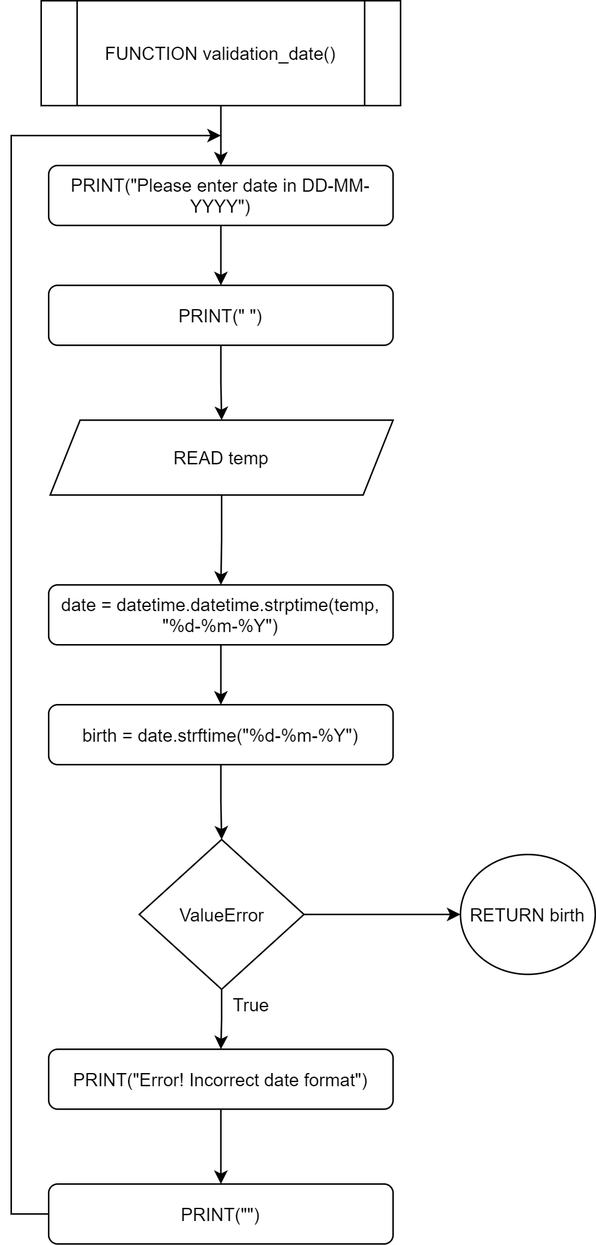
This is Flowchart/default/validation_date.png from RabbitBear00/Car-Rental-System, a draw.io export, as it was before one commit. Source tidied: cells renumbered, new cells last; positions are measured from the earlier drawing's top-left corner, leaving out a move shared by most shapes. The source it was exported from:
```xml
<mxGraphModel>
  <root>
    <mxCell id="0" />
    <mxCell id="1" parent="0" />
    <mxCell id="2" style="edgeStyle=orthogonalEdgeStyle;rounded=0;jettySize=auto;html=1;" parent="1" edge="1" source="3" target="5">
      <mxGeometry relative="1" as="geometry" />
    </mxCell>
    <mxCell id="3" value="FUNCTION validation_date()" style="shape=process;whiteSpace=wrap;html=1;backgroundOutline=1;" parent="1" vertex="1">
      <mxGeometry x="20" width="240" height="70" as="geometry" />
    </mxCell>
    <mxCell id="4" style="edgeStyle=orthogonalEdgeStyle;rounded=0;jettySize=auto;html=1;" parent="1" edge="1" source="5" target="7">
      <mxGeometry relative="1" as="geometry" />
    </mxCell>
    <mxCell id="5" value="PRINT(&quot;Please enter date in DD-MM-YYYY&quot;)" style="rounded=1;whiteSpace=wrap;html=1;" parent="1" vertex="1">
      <mxGeometry x="25" y="110" width="230" height="40" as="geometry" />
    </mxCell>
    <mxCell id="6" style="edgeStyle=orthogonalEdgeStyle;rounded=0;jettySize=auto;html=1;" parent="1" edge="1" source="7" target="9">
      <mxGeometry relative="1" as="geometry" />
    </mxCell>
    <mxCell id="7" value="PRINT(&quot; &quot;)" style="rounded=1;whiteSpace=wrap;html=1;" parent="1" vertex="1">
      <mxGeometry x="25" y="190" width="230" height="40" as="geometry" />
    </mxCell>
    <mxCell id="8" style="edgeStyle=orthogonalEdgeStyle;rounded=0;jettySize=auto;html=1;" parent="1" edge="1" source="9" target="11">
      <mxGeometry relative="1" as="geometry" />
    </mxCell>
    <mxCell id="9" value="READ temp" style="shape=parallelogram;perimeter=parallelogramPerimeter;whiteSpace=wrap;html=1;fixedSize=1;" parent="1" vertex="1">
      <mxGeometry x="26" y="280" width="229" height="50" as="geometry" />
    </mxCell>
    <mxCell id="10" style="edgeStyle=orthogonalEdgeStyle;rounded=0;jettySize=auto;html=1;" parent="1" edge="1" source="11" target="13">
      <mxGeometry relative="1" as="geometry" />
    </mxCell>
    <mxCell id="11" value="date = datetime.datetime.strptime(temp, &quot;%d-%m-%Y&quot;)" style="rounded=1;whiteSpace=wrap;html=1;" parent="1" vertex="1">
      <mxGeometry x="25" y="390" width="230" height="40" as="geometry" />
    </mxCell>
    <mxCell id="12" style="edgeStyle=orthogonalEdgeStyle;rounded=0;jettySize=auto;html=1;" parent="1" edge="1" source="13" target="16">
      <mxGeometry relative="1" as="geometry" />
    </mxCell>
    <mxCell id="13" value="birth = date.strftime(&quot;%d-%m-%Y&quot;)" style="rounded=1;whiteSpace=wrap;html=1;" parent="1" vertex="1">
      <mxGeometry x="25" y="470" width="230" height="40" as="geometry" />
    </mxCell>
    <mxCell id="14" style="edgeStyle=orthogonalEdgeStyle;rounded=0;jettySize=auto;html=1;" parent="1" edge="1" source="16" target="18">
      <mxGeometry relative="1" as="geometry" />
    </mxCell>
    <mxCell id="15" style="edgeStyle=orthogonalEdgeStyle;rounded=0;jettySize=auto;html=1;entryX=0;entryY=0.5;entryDx=0;entryDy=0;" parent="1" edge="1" source="16" target="22">
      <mxGeometry relative="1" as="geometry" />
    </mxCell>
    <mxCell id="16" value="ValueError" style="rhombus;whiteSpace=wrap;html=1;" parent="1" vertex="1">
      <mxGeometry x="85.5" y="560" width="110" height="100" as="geometry" />
    </mxCell>
    <mxCell id="17" style="edgeStyle=orthogonalEdgeStyle;rounded=0;jettySize=auto;html=1;" parent="1" edge="1" source="18" target="20">
      <mxGeometry relative="1" as="geometry" />
    </mxCell>
    <mxCell id="18" value="PRINT(&quot;Error! Incorrect date format&quot;)" style="rounded=1;whiteSpace=wrap;html=1;" parent="1" vertex="1">
      <mxGeometry x="25" y="700" width="230" height="40" as="geometry" />
    </mxCell>
    <mxCell id="19" style="edgeStyle=orthogonalEdgeStyle;rounded=0;jettySize=auto;html=1;" parent="1" edge="1" source="20">
      <mxGeometry relative="1" as="geometry">
        <mxPoint x="140" y="90" as="targetPoint" />
        <Array as="points">
          <mxPoint y="810" />
          <mxPoint y="90" />
          <mxPoint x="140" y="90" />
        </Array>
      </mxGeometry>
    </mxCell>
    <mxCell id="20" value="PRINT(&quot;&quot;)" style="rounded=1;whiteSpace=wrap;html=1;" parent="1" vertex="1">
      <mxGeometry x="25" y="790" width="230" height="40" as="geometry" />
    </mxCell>
    <mxCell id="21" value="True" style="text;html=1;align=center;verticalAlign=middle;strokeColor=none;" parent="1" vertex="1">
      <mxGeometry x="140" y="660" width="40" height="20" as="geometry" />
    </mxCell>
    <mxCell id="22" value="RETURN birth" style="ellipse;whiteSpace=wrap;html=1;" parent="1" vertex="1">
      <mxGeometry x="300" y="570" width="90" height="80" as="geometry" />
    </mxCell>
  </root>
</mxGraphModel>
```
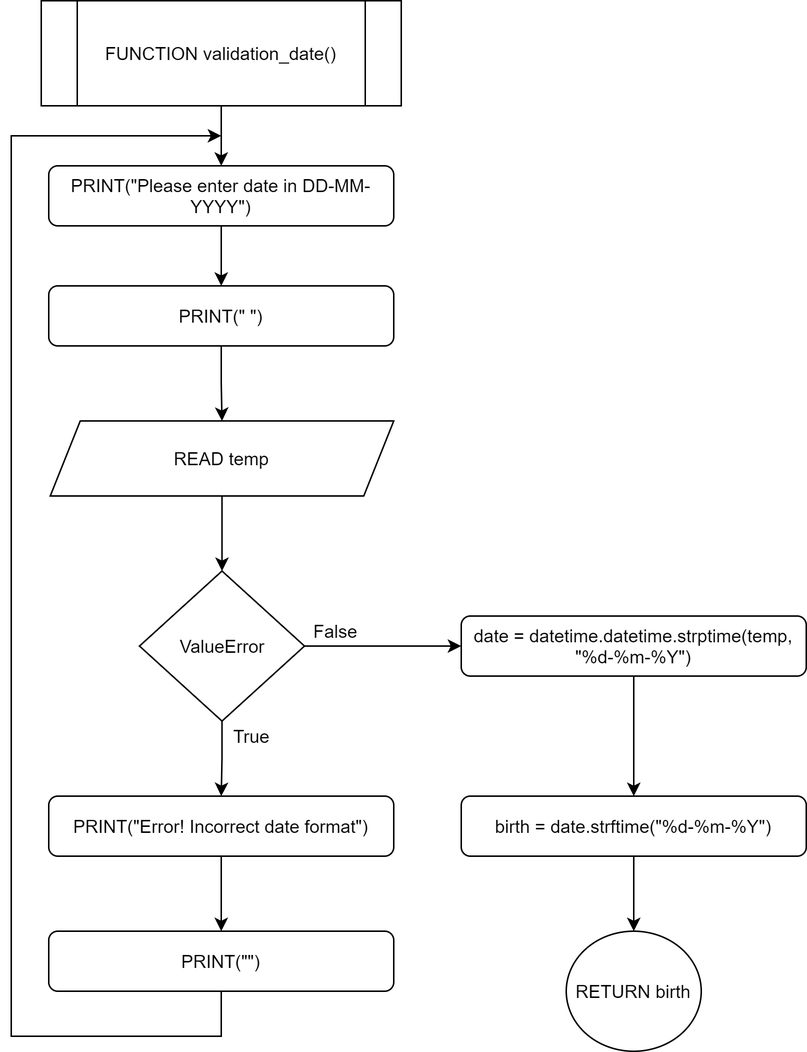
The same diagram one commit later.

What changed in the source:
```diff
@@ -20,57 +20,60 @@
     <mxCell id="7" value="PRINT(&quot; &quot;)" style="rounded=1;whiteSpace=wrap;html=1;" parent="1" vertex="1">
       <mxGeometry x="25" y="190" width="230" height="40" as="geometry" />
     </mxCell>
-    <mxCell id="8" style="edgeStyle=orthogonalEdgeStyle;rounded=0;jettySize=auto;html=1;" parent="1" edge="1" source="9" target="11">
-      <mxGeometry relative="1" as="geometry" />
-    </mxCell>
+    <mxCell id="23" style="edgeStyle=orthogonalEdgeStyle;rounded=0;jettySize=auto;html=1;entryX=0.5;entryY=0;entryDx=0;entryDy=0;" parent="1" edge="1" source="9" target="16">
+      <mxGeometry relative="1" as="geometry" />
+    </mxCell>
     <mxCell id="9" value="READ temp" style="shape=parallelogram;perimeter=parallelogramPerimeter;whiteSpace=wrap;html=1;fixedSize=1;" parent="1" vertex="1">
       <mxGeometry x="26" y="280" width="229" height="50" as="geometry" />
     </mxCell>
-    <mxCell id="10" style="edgeStyle=orthogonalEdgeStyle;rounded=0;jettySize=auto;html=1;" parent="1" edge="1" source="11" target="13">
-      <mxGeometry relative="1" as="geometry" />
-    </mxCell>
-    <mxCell id="11" value="date = datetime.datetime.strptime(temp, &quot;%d-%m-%Y&quot;)" style="rounded=1;whiteSpace=wrap;html=1;" parent="1" vertex="1">
-      <mxGeometry x="25" y="390" width="230" height="40" as="geometry" />
-    </mxCell>
-    <mxCell id="12" style="edgeStyle=orthogonalEdgeStyle;rounded=0;jettySize=auto;html=1;" parent="1" edge="1" source="13" target="16">
-      <mxGeometry relative="1" as="geometry" />
-    </mxCell>
-    <mxCell id="13" value="birth = date.strftime(&quot;%d-%m-%Y&quot;)" style="rounded=1;whiteSpace=wrap;html=1;" parent="1" vertex="1">
-      <mxGeometry x="25" y="470" width="230" height="40" as="geometry" />
-    </mxCell>
     <mxCell id="14" style="edgeStyle=orthogonalEdgeStyle;rounded=0;jettySize=auto;html=1;" parent="1" edge="1" source="16" target="18">
       <mxGeometry relative="1" as="geometry" />
     </mxCell>
-    <mxCell id="15" style="edgeStyle=orthogonalEdgeStyle;rounded=0;jettySize=auto;html=1;entryX=0;entryY=0.5;entryDx=0;entryDy=0;" parent="1" edge="1" source="16" target="22">
-      <mxGeometry relative="1" as="geometry" />
-    </mxCell>
+    <mxCell id="24" style="edgeStyle=orthogonalEdgeStyle;rounded=0;jettySize=auto;html=1;entryX=0;entryY=0.5;entryDx=0;entryDy=0;" parent="1" edge="1" source="16" target="11">
+      <mxGeometry relative="1" as="geometry" />
+    </mxCell>
     <mxCell id="16" value="ValueError" style="rhombus;whiteSpace=wrap;html=1;" parent="1" vertex="1">
-      <mxGeometry x="85.5" y="560" width="110" height="100" as="geometry" />
+      <mxGeometry x="85.5" y="380" width="110" height="100" as="geometry" />
     </mxCell>
     <mxCell id="17" style="edgeStyle=orthogonalEdgeStyle;rounded=0;jettySize=auto;html=1;" parent="1" edge="1" source="18" target="20">
       <mxGeometry relative="1" as="geometry" />
     </mxCell>
     <mxCell id="18" value="PRINT(&quot;Error! Incorrect date format&quot;)" style="rounded=1;whiteSpace=wrap;html=1;" parent="1" vertex="1">
-      <mxGeometry x="25" y="700" width="230" height="40" as="geometry" />
+      <mxGeometry x="25" y="530" width="230" height="40" as="geometry" />
     </mxCell>
     <mxCell id="19" style="edgeStyle=orthogonalEdgeStyle;rounded=0;jettySize=auto;html=1;" parent="1" edge="1" source="20">
       <mxGeometry relative="1" as="geometry">
         <mxPoint x="140" y="90" as="targetPoint" />
         <Array as="points">
-          <mxPoint y="810" />
+          <mxPoint x="140" y="690" />
+          <mxPoint y="690" />
           <mxPoint y="90" />
-          <mxPoint x="140" y="90" />
         </Array>
       </mxGeometry>
     </mxCell>
     <mxCell id="20" value="PRINT(&quot;&quot;)" style="rounded=1;whiteSpace=wrap;html=1;" parent="1" vertex="1">
-      <mxGeometry x="25" y="790" width="230" height="40" as="geometry" />
+      <mxGeometry x="25" y="620" width="230" height="40" as="geometry" />
     </mxCell>
     <mxCell id="21" value="True" style="text;html=1;align=center;verticalAlign=middle;strokeColor=none;" parent="1" vertex="1">
-      <mxGeometry x="140" y="660" width="40" height="20" as="geometry" />
+      <mxGeometry x="140" y="480" width="40" height="20" as="geometry" />
     </mxCell>
     <mxCell id="22" value="RETURN birth" style="ellipse;whiteSpace=wrap;html=1;" parent="1" vertex="1">
-      <mxGeometry x="300" y="570" width="90" height="80" as="geometry" />
+      <mxGeometry x="370" y="620" width="90" height="80" as="geometry" />
     </mxCell>
+    <mxCell id="10" style="edgeStyle=orthogonalEdgeStyle;rounded=0;jettySize=auto;html=1;entryX=0.5;entryY=0;entryDx=0;entryDy=0;" parent="1" edge="1" source="11" target="13">
+      <mxGeometry relative="1" as="geometry" />
+    </mxCell>
+    <mxCell id="11" value="date = datetime.datetime.strptime(temp, &quot;%d-%m-%Y&quot;)" style="rounded=1;whiteSpace=wrap;html=1;" parent="1" vertex="1">
+      <mxGeometry x="300" y="410" width="230" height="40" as="geometry" />
+    </mxCell>
+    <mxCell id="25" style="edgeStyle=orthogonalEdgeStyle;rounded=0;jettySize=auto;html=1;" parent="1" edge="1" source="13" target="22">
+      <mxGeometry relative="1" as="geometry" />
+    </mxCell>
+    <mxCell id="13" value="birth = date.strftime(&quot;%d-%m-%Y&quot;)" style="rounded=1;whiteSpace=wrap;html=1;" parent="1" vertex="1">
+      <mxGeometry x="300" y="530" width="230" height="40" as="geometry" />
+    </mxCell>
+    <mxCell id="26" value="False" style="text;html=1;align=center;verticalAlign=middle;strokeColor=none;" parent="1" vertex="1">
+      <mxGeometry x="196" y="410" width="40" height="20" as="geometry" />
+    </mxCell>
   </root>
 </mxGraphModel>
```
